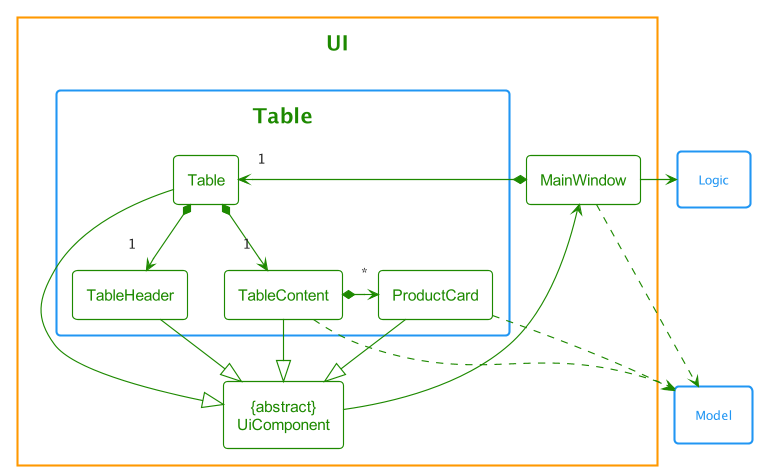
Above: docs/images/UiTableDiagram.png in nus-cs2103-AY2122S2/tp (PlantUML), before the change.
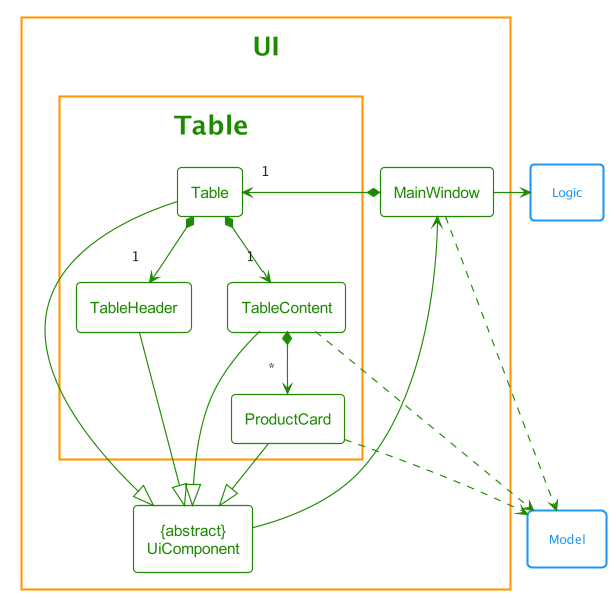
After the change.

Commit message:
Improve UML diagram visuals

What changed in the source:
```diff
@@ -7,7 +7,7 @@
     class "{abstract}\nUiComponent" as UiComponent
     class MainWindow
 
-    package Table <<Rectangle>> {
+    package Table {
         class ProductCard
         class Table
         class TableContent
@@ -26,7 +26,7 @@
 Table *--> "1" TableContent
 Table *--> "1" TableHeader
 
-TableContent *-> "*" ProductCard
+TableContent *--> "*" ProductCard
 
 ProductCard --|> UiComponent
 Table --|> UiComponent
```
